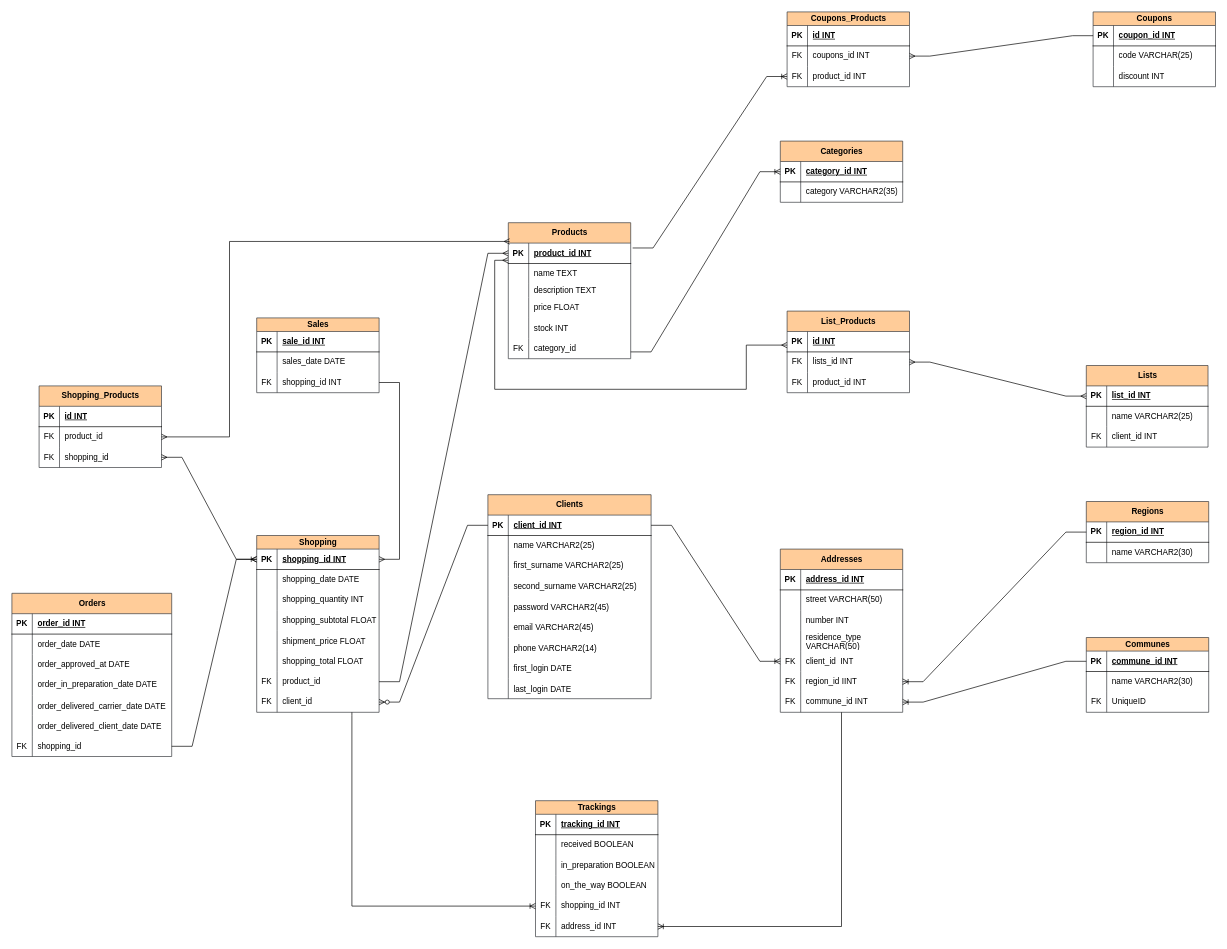
Earlier version of the draw.io diagram ecommerce-relational-model-db.drawio (ivansanmartin/ivsm-ecommerce-info). Source tidied: cells renumbered, new cells numbered last; positions are measured from the earlier drawing's top-left corner, leaving out a move shared by most shapes. Both pictures are drawn from the tidied source at 68%, with x=0, y=0 at pixel (12, 12).
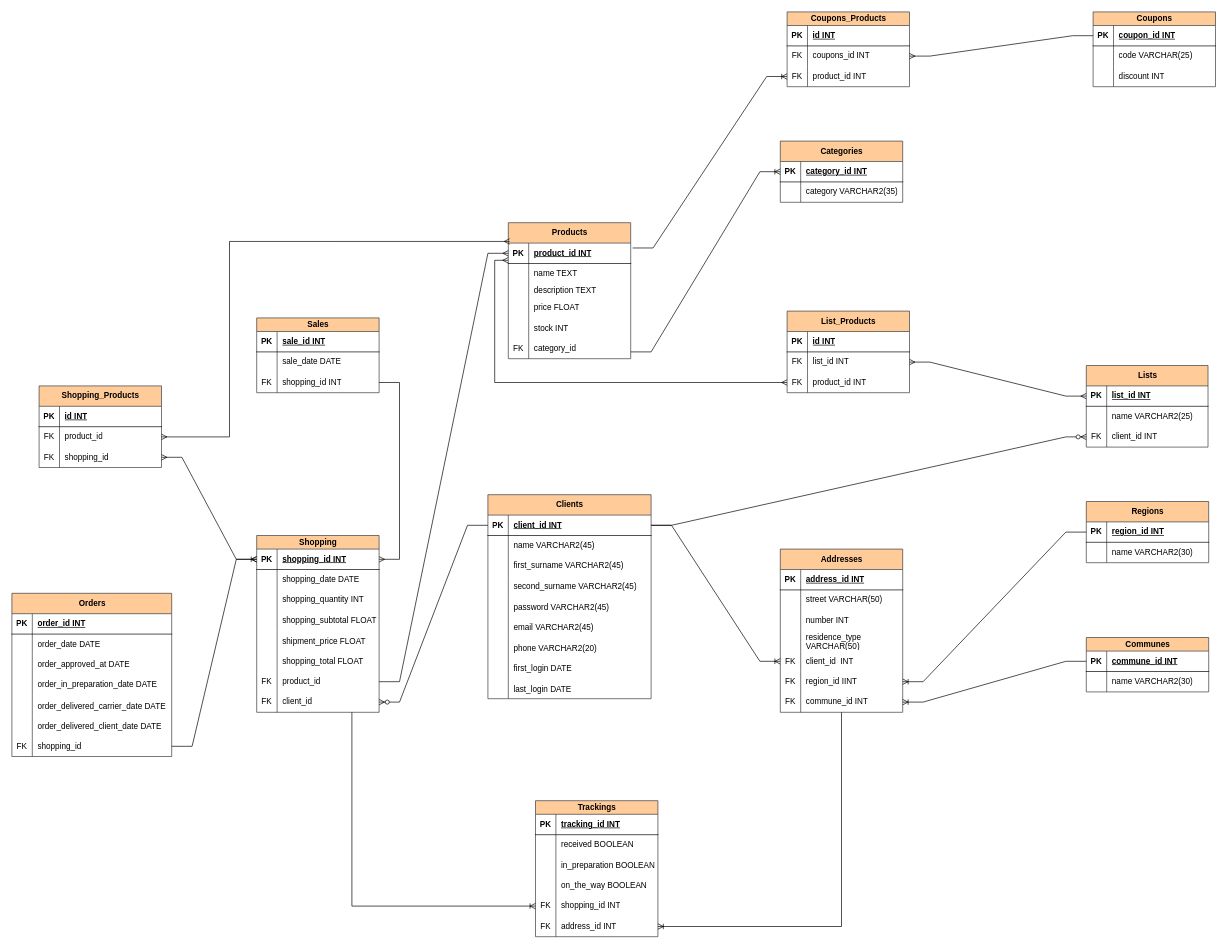
After the change.

Commit message:
update: relational diagram

Unchanged cells that the change refers to:
```xml
<mxCell id="3" style="shape=tableRow;horizontal=0;startSize=0;swimlaneHead=0;swimlaneBody=0;fillColor=none;points=[[0,0.5],[1,0.5]];portConstraint=eastwest;top=0;left=0;right=0;bottom=1;" parent="2" vertex="1">
  <mxGeometry y="30" width="180" height="30" as="geometry" />
</mxCell>
<mxCell id="29" style="shape=tableRow;horizontal=0;startSize=0;swimlaneHead=0;swimlaneBody=0;fillColor=none;points=[[0,0.5],[1,0.5]];portConstraint=eastwest;top=0;left=0;right=0;bottom=1;" parent="28" vertex="1">
  <mxGeometry y="30" width="240" height="30" as="geometry" />
</mxCell>
<mxCell id="32" style="shape=tableRow;horizontal=0;startSize=0;swimlaneHead=0;swimlaneBody=0;fillColor=none;top=0;left=0;right=0;bottom=0;" parent="28" vertex="1">
  <mxGeometry y="60" width="240" height="30" as="geometry" />
</mxCell>
<mxCell id="35" style="shape=tableRow;horizontal=0;startSize=0;swimlaneHead=0;swimlaneBody=0;fillColor=none;top=0;left=0;right=0;bottom=0;" parent="28" vertex="1">
  <mxGeometry y="90" width="240" height="30" as="geometry" />
</mxCell>
<mxCell id="38" style="shape=tableRow;horizontal=0;startSize=0;swimlaneHead=0;swimlaneBody=0;fillColor=none;top=0;left=0;right=0;bottom=0;" parent="28" vertex="1">
  <mxGeometry y="120" width="240" height="30" as="geometry" />
</mxCell>
<mxCell id="47" style="shape=tableRow;horizontal=0;startSize=0;swimlaneHead=0;swimlaneBody=0;fillColor=none;top=0;left=0;right=0;bottom=0;" parent="28" vertex="1">
  <mxGeometry y="210" width="240" height="30" as="geometry" />
</mxCell>
<mxCell id="125" style="shape=tableRow;horizontal=0;startSize=0;swimlaneHead=0;swimlaneBody=0;fillColor=none;top=0;left=0;right=0;bottom=0;" parent="121" vertex="1">
  <mxGeometry y="50" width="180" height="30" as="geometry" />
</mxCell>
<mxCell id="154" style="shape=tableRow;horizontal=0;startSize=0;swimlaneHead=0;swimlaneBody=0;fillColor=none;points=[[0,0.5],[1,0.5]];portConstraint=eastwest;top=0;left=0;right=0;bottom=0;" parent="150" vertex="1">
  <mxGeometry y="60" width="180" height="30" as="geometry" />
</mxCell>
<mxCell id="167" style="shape=tableRow;horizontal=0;startSize=0;swimlaneHead=0;swimlaneBody=0;fillColor=none;points=[[0,0.5],[1,0.5]];portConstraint=eastwest;top=0;left=0;right=0;bottom=0;" parent="160" vertex="1">
  <mxGeometry y="90" width="179" height="30" as="geometry" />
</mxCell>
```

What changed in the source:
```diff
@@
-    <mxCell id="34" value="name VARCHAR2(25)" style="shape=partialRectangle;fillColor=none;top=0;left=0;bottom=0;right=0;align=left;spacingLeft=6;overflow=hidden;whiteSpace=wrap;html=1;" parent="32" vertex="1">
+    <mxCell id="34" value="name VARCHAR2(45)" style="shape=partialRectangle;fillColor=none;top=0;left=0;bottom=0;right=0;align=left;spacingLeft=6;overflow=hidden;whiteSpace=wrap;html=1;" parent="32" vertex="1">
       <mxGeometry x="30" width="210" height="30" as="geometry" />
     </mxCell>
@@
-    <mxCell id="37" value="first_surname VARCHAR2(25)" style="shape=partialRectangle;fillColor=none;top=0;left=0;bottom=0;right=0;align=left;spacingLeft=6;overflow=hidden;whiteSpace=wrap;html=1;" parent="35" vertex="1">
+    <mxCell id="37" value="first_surname VARCHAR2(45)" style="shape=partialRectangle;fillColor=none;top=0;left=0;bottom=0;right=0;align=left;spacingLeft=6;overflow=hidden;whiteSpace=wrap;html=1;" parent="35" vertex="1">
       <mxGeometry x="30" width="210" height="30" as="geometry" />
     </mxCell>
@@
-    <mxCell id="40" value="second_surname VARCHAR2(25)" style="shape=partialRectangle;fillColor=none;top=0;left=0;bottom=0;right=0;align=left;spacingLeft=6;overflow=hidden;whiteSpace=wrap;html=1;" parent="38" vertex="1">
+    <mxCell id="40" value="second_surname VARCHAR2(45)" style="shape=partialRectangle;fillColor=none;top=0;left=0;bottom=0;right=0;align=left;spacingLeft=6;overflow=hidden;whiteSpace=wrap;html=1;" parent="38" vertex="1">
       <mxGeometry x="30" width="210" height="30" as="geometry" />
     </mxCell>
@@
-    <mxCell id="49" value="phone VARCHAR2(14)" style="shape=partialRectangle;fillColor=none;top=0;left=0;bottom=0;right=0;align=left;spacingLeft=6;overflow=hidden;" parent="47" vertex="1">
+    <mxCell id="49" value="phone VARCHAR2(20)" style="shape=partialRectangle;fillColor=none;top=0;left=0;bottom=0;right=0;align=left;spacingLeft=6;overflow=hidden;" parent="47" vertex="1">
       <mxGeometry x="30" width="210" height="30" as="geometry" />
     </mxCell>
@@
     <mxCell id="85" value="&lt;div style=&quot;text-align: start;&quot;&gt;Communes&lt;/div&gt;" style="shape=table;startSize=20;childLayout=tableLayout;rowLines=0;fontStyle=1;align=center;html=1;fillColor=#ffcc99;strokeColor=#36393d;" parent="1" vertex="1">
-      <mxGeometry x="1580" y="920" width="180" height="110" as="geometry" />
+      <mxGeometry x="1580" y="920" width="180" height="80" as="geometry" />
     </mxCell>
@@
-    <mxCell id="92" style="shape=tableRow;horizontal=0;startSize=0;swimlaneHead=0;swimlaneBody=0;fillColor=none;top=0;left=0;right=0;bottom=0;" parent="85" vertex="1">
-      <mxGeometry y="80" width="180" height="30" as="geometry" />
-    </mxCell>
-    <mxCell id="93" value="FK" style="shape=partialRectangle;fillColor=none;top=0;left=0;bottom=0;right=0;fontStyle=0;overflow=hidden;whiteSpace=wrap;html=1;" parent="92" vertex="1">
-      <mxGeometry width="30" height="30" as="geometry" />
-    </mxCell>
-    <mxCell id="94" value="UniqueID" style="shape=partialRectangle;fillColor=none;top=0;left=0;bottom=0;right=0;align=left;spacingLeft=6;fontStyle=0;overflow=hidden;whiteSpace=wrap;html=1;" parent="92" vertex="1">
-      <mxGeometry x="30" width="150" height="30" as="geometry" />
-    </mxCell>
@@
-    <mxCell id="127" value="sales_date DATE" style="shape=partialRectangle;fillColor=none;top=0;left=0;bottom=0;right=0;align=left;spacingLeft=6;overflow=hidden;whiteSpace=wrap;html=1;" parent="125" vertex="1">
+    <mxCell id="127" value="sale_date DATE" style="shape=partialRectangle;fillColor=none;top=0;left=0;bottom=0;right=0;align=left;spacingLeft=6;overflow=hidden;whiteSpace=wrap;html=1;" parent="125" vertex="1">
       <mxGeometry x="30" width="150" height="30" as="geometry" />
     </mxCell>
@@
-    <mxCell id="156" value="lists_id INT" style="shape=partialRectangle;fillColor=none;top=0;left=0;bottom=0;right=0;align=left;spacingLeft=6;fontStyle=0;overflow=hidden;whiteSpace=wrap;html=1;" parent="154" vertex="1">
+    <mxCell id="156" value="list_id INT" style="shape=partialRectangle;fillColor=none;top=0;left=0;bottom=0;right=0;align=left;spacingLeft=6;fontStyle=0;overflow=hidden;whiteSpace=wrap;html=1;" parent="154" vertex="1">
       <mxGeometry x="30" width="150" height="30" as="geometry" />
     </mxCell>
@@
     <mxCell id="213" style="edgeStyle=orthogonalEdgeStyle;fontSize=12;html=1;endArrow=ERmany;startArrow=ERmany;rounded=0;exitX=-0.001;exitY=0.842;exitDx=0;exitDy=0;exitPerimeter=0;" parent="1" edge="1" source="3">
       <mxGeometry relative="1" as="geometry">
-        <mxPoint x="1140" y="490" as="targetPoint" />
+        <mxPoint x="1140" y="545" as="targetPoint" />
         <Array as="points">
           <mxPoint x="710" y="365" />
-          <mxPoint x="710" y="555" />
-          <mxPoint x="1080" y="555" />
-          <mxPoint x="1080" y="490" />
+          <mxPoint x="710" y="545" />
         </Array>
       </mxGeometry>
     </mxCell>
@@
+    <mxCell id="238" style="edgeStyle=entityRelationEdgeStyle;fontSize=12;html=1;endArrow=ERzeroToMany;endFill=1;rounded=0;entryX=0;entryY=0.5;entryDx=0;entryDy=0;" parent="1" edge="1" source="29" target="167">
+      <mxGeometry relative="1" as="geometry" />
+    </mxCell>
```
